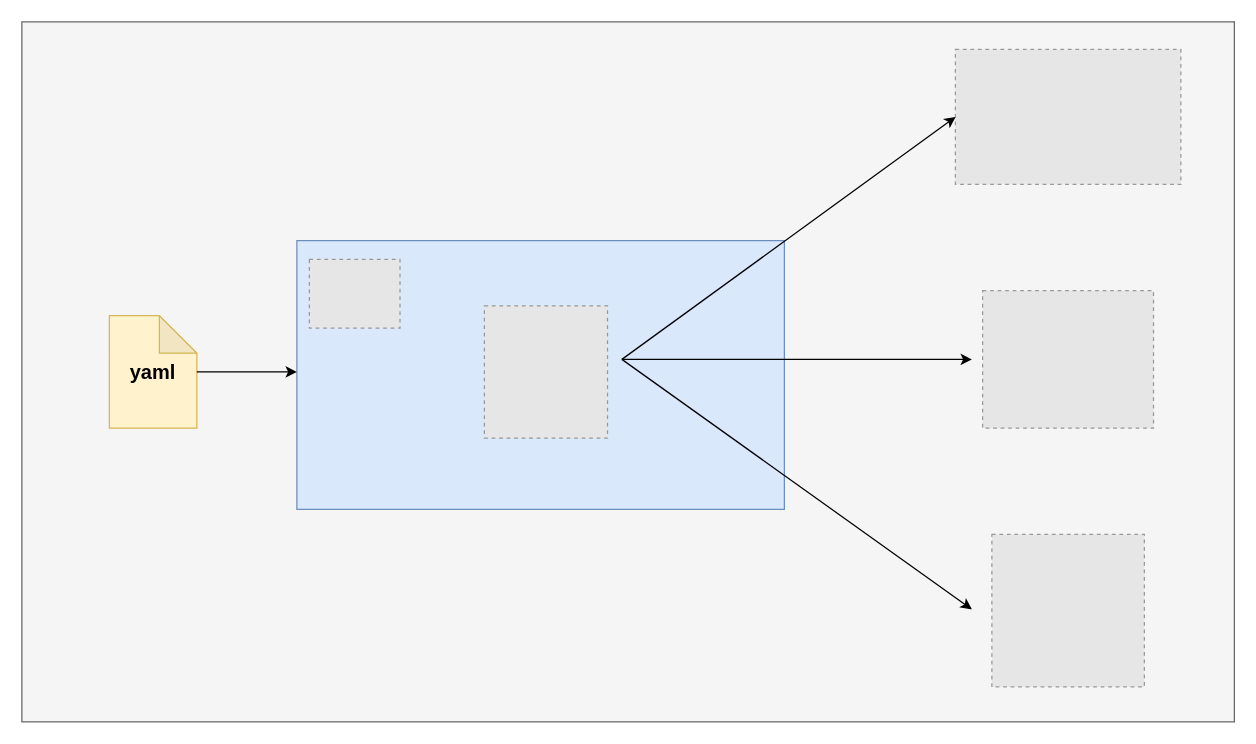
This is crossplane-concept.drawio from YanshanSong/draw.io, a draw.io file, before an edit. Source tidied: cells renumbered, new cells numbered last; positions are measured from the earlier drawing's top-left corner, leaving out a move shared by most shapes. Both pictures are drawn from the tidied source at 125%, with x=0, y=0 at pixel (21, 21). Pictures stored in the file or linked from it are replaced by grey dashed boxes.
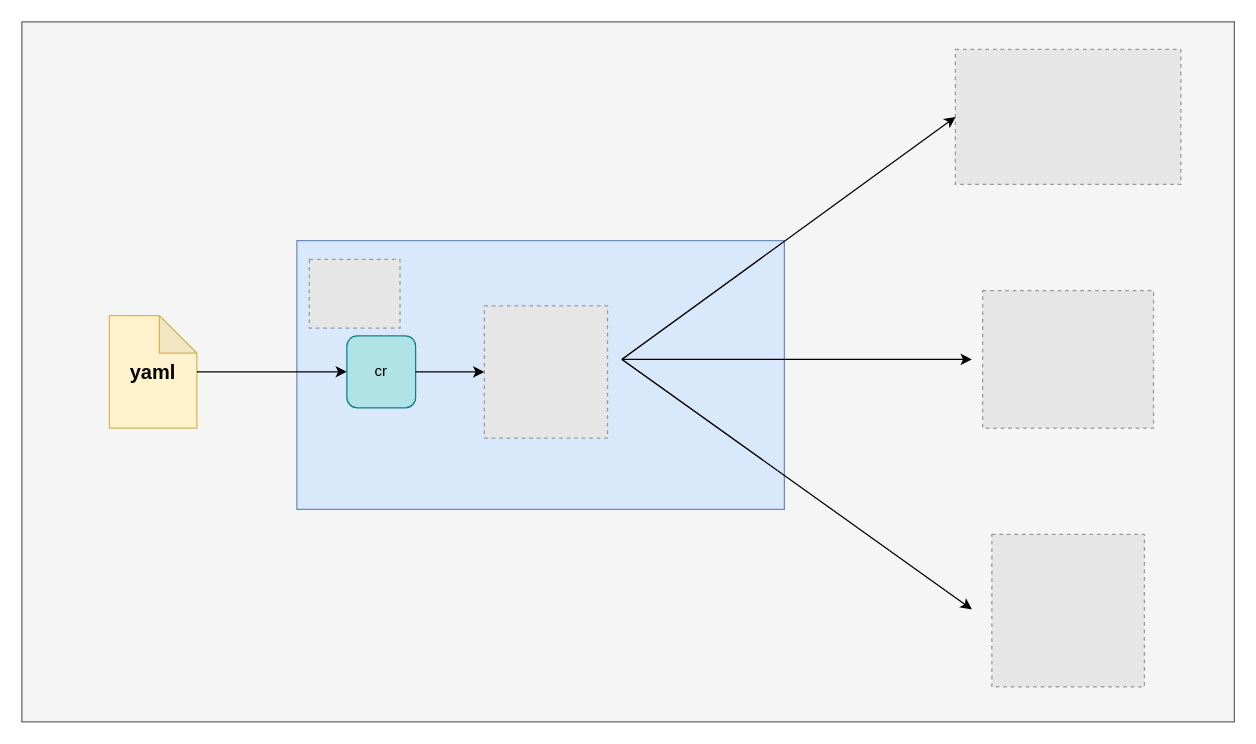
Above is the later version.

The edit, as a diff of the source:
```diff
@@
 <mxGraphModel>
   <root>
     <mxCell id="0" />
     <mxCell id="1" parent="0" />
     <mxCell id="2" style="rounded=0;whiteSpace=wrap;html=1;fillColor=#f5f5f5;fontColor=#333333;strokeColor=#666666;" parent="1" vertex="1">
       <mxGeometry width="970" height="560" as="geometry" />
     </mxCell>
     <mxCell id="3" value="&lt;font style=&quot;font-size: 16px;&quot;&gt;&lt;b&gt;yaml&lt;/b&gt;&lt;/font&gt;" style="shape=note;whiteSpace=wrap;html=1;backgroundOutline=1;darkOpacity=0.05;fillColor=#fff2cc;strokeColor=#d6b656;" parent="1" vertex="1">
       <mxGeometry x="70" y="235" width="70" height="90" as="geometry" />
     </mxCell>
     <mxCell id="4" style="rounded=0;whiteSpace=wrap;html=1;fillColor=#dae8fc;strokeColor=#6c8ebf;" parent="1" vertex="1">
       <mxGeometry x="220" y="175" width="390" height="215" as="geometry" />
     </mxCell>
     <mxCell id="5" style="fillColor=#E6E6E6;strokeColor=#999999;dashed=1;verticalLabelPosition=bottom;labelBackgroundColor=default;verticalAlign=top;" parent="1" vertex="1">
       <mxGeometry x="230" y="190" width="72.5" height="55" as="geometry" />
     </mxCell>
-    <mxCell id="6" style="endArrow=classic;html=1;rounded=0;" parent="1" edge="1">
+    <mxCell id="6" style="endArrow=classic;html=1;rounded=0;entryX=0;entryY=0.5;entryDx=0;entryDy=0;" parent="1" edge="1" target="14">
       <mxGeometry relative="1" as="geometry">
         <mxPoint x="140" y="280" as="sourcePoint" />
-        <mxPoint x="220" y="280" as="targetPoint" />
       </mxGeometry>
     </mxCell>
     <mxCell id="7" style="fillColor=#E6E6E6;strokeColor=#999999;dashed=1;verticalLabelPosition=bottom;labelBackgroundColor=default;verticalAlign=top;" parent="1" vertex="1">
       <mxGeometry x="370" y="227.1" width="98.5" height="105.8" as="geometry" />
     </mxCell>
     <mxCell id="8" style="fillColor=#E6E6E6;strokeColor=#999999;dashed=1;verticalLabelPosition=bottom;labelBackgroundColor=default;verticalAlign=top;" parent="1" vertex="1">
       <mxGeometry x="776" y="410" width="122" height="122" as="geometry" />
     </mxCell>
     <mxCell id="9" style="fillColor=#E6E6E6;strokeColor=#999999;dashed=1;verticalLabelPosition=bottom;labelBackgroundColor=default;verticalAlign=top;" parent="1" vertex="1">
       <mxGeometry x="768.6" y="215" width="136.7" height="110" as="geometry" />
     </mxCell>
     <mxCell id="10" style="fillColor=#E6E6E6;strokeColor=#999999;dashed=1;verticalLabelPosition=bottom;labelBackgroundColor=default;verticalAlign=top;" parent="1" vertex="1">
       <mxGeometry x="746.8" y="22" width="180.4" height="108" as="geometry" />
     </mxCell>
     <mxCell id="11" style="endArrow=classic;html=1;rounded=0;" parent="1" edge="1">
       <mxGeometry relative="1" as="geometry">
         <mxPoint x="480" y="270" as="sourcePoint" />
         <mxPoint x="747" y="76" as="targetPoint" />
       </mxGeometry>
     </mxCell>
     <mxCell id="12" style="endArrow=classic;html=1;rounded=0;" parent="1" edge="1">
       <mxGeometry relative="1" as="geometry">
         <mxPoint x="480" y="270" as="sourcePoint" />
         <mxPoint x="760" y="270" as="targetPoint" />
       </mxGeometry>
     </mxCell>
     <mxCell id="13" style="endArrow=classic;html=1;rounded=0;" parent="1" edge="1">
       <mxGeometry relative="1" as="geometry">
         <mxPoint x="480" y="270" as="sourcePoint" />
         <mxPoint x="760" y="470" as="targetPoint" />
       </mxGeometry>
     </mxCell>
+    <mxCell id="14" value="cr" style="rounded=1;whiteSpace=wrap;html=1;fillColor=#b0e3e6;strokeColor=#0e8088;" parent="1" vertex="1">
+      <mxGeometry x="260" y="251.2" width="55" height="57.5" as="geometry" />
+    </mxCell>
+    <mxCell id="15" style="endArrow=classic;html=1;rounded=0;entryX=0;entryY=0.5;entryDx=0;entryDy=0;exitX=1;exitY=0.5;exitDx=0;exitDy=0;" parent="1" edge="1" source="14" target="7">
+      <mxGeometry relative="1" as="geometry" />
+    </mxCell>
   </root>
 </mxGraphModel>
```
